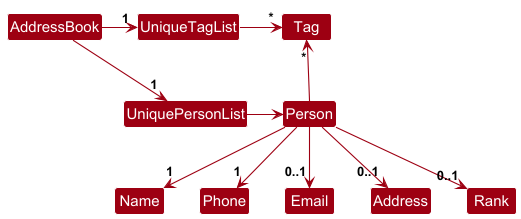
This is docs/images/BetterModelClassDiagram.png from Dumboiroy/tp, a PlantUML export, as it was before one commit.
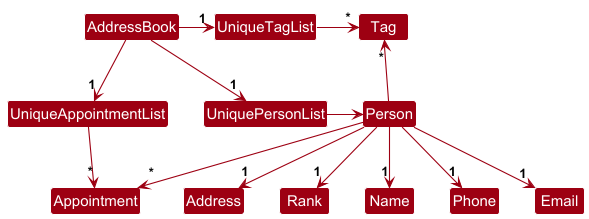
Above is the later version.

The edit, as a diff of the source:
```diff
@@ -6,8 +6,10 @@
 
 AddressBook -right-> "1" UniquePersonList
 AddressBook -right-> "1" UniqueTagList
+AddressBook -right-> "1" UniqueAppointmentList
 UniqueTagList -[hidden]down- UniquePersonList
 UniqueTagList -[hidden]down- UniquePersonList
+UniqueTagList -[hidden]down- UniqueAppointmentList
 
 UniqueTagList -right-> "*" Tag
 UniquePersonList -right-> Person
@@ -16,7 +18,10 @@
 
 Person --> "1"Name
 Person --> "1"Phone
-Person --> "0..1"Email
-Person --> "0..1"Address
-Person --> "0..1"Rank
+Person --> "1"Email
+Person --> "1"Address
+Person --> "1"Rank
+
+UniqueAppointmentList -down-> "*" Appointment
+Person -down-> "*" Appointment
 @enduml
```
